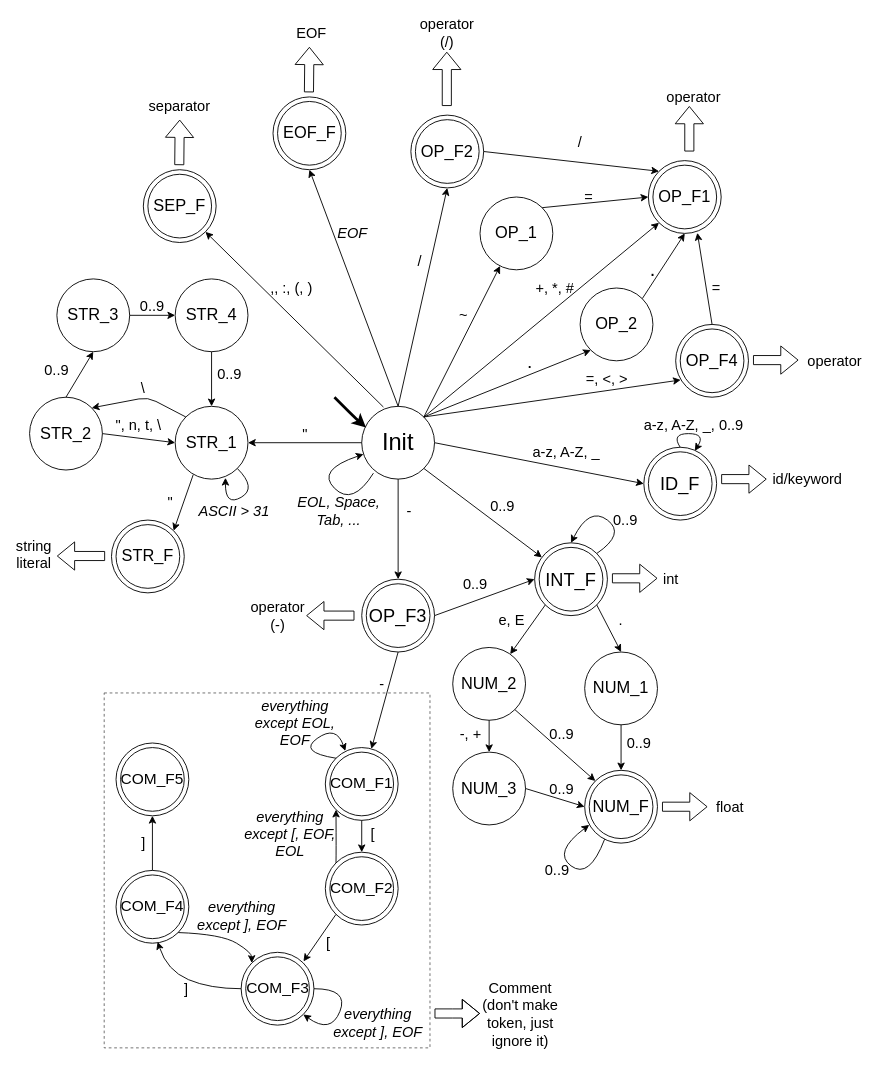
The draw.io diagram fsm.drawio in vojone/IFJ21, before the edit. Source tidied: cells renumbered, new cells numbered last; positions are measured from the earlier drawing's top-left corner, leaving out a move shared by most shapes. Both pictures are drawn from the tidied source at 91%, with x=0, y=0 at pixel (15, 24).
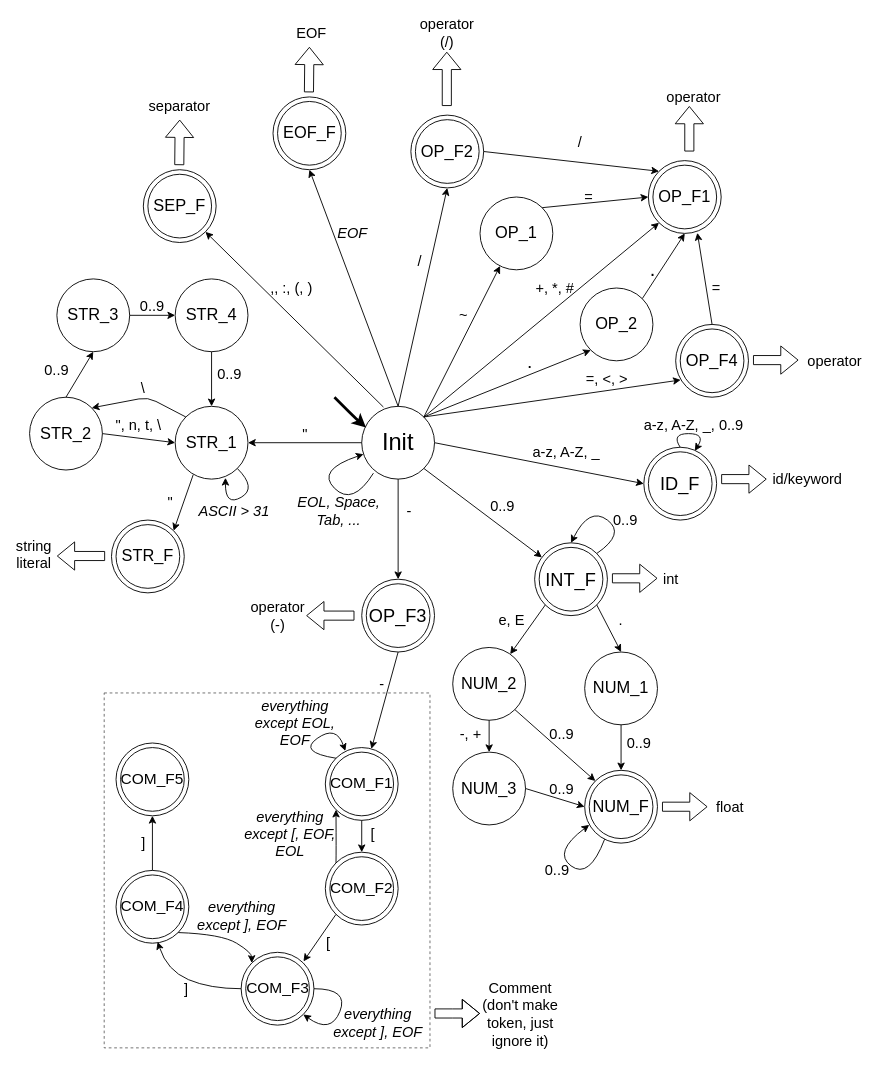
The same page after the edit.

The change refers to these unchanged cells:
```xml
<mxCell id="8" value="INT_F" style="ellipse;whiteSpace=wrap;html=1;fontSize=20;strokeWidth=1;" parent="1" vertex="1">
  <mxGeometry x="570" y="570" width="80" height="80" as="geometry" />
</mxCell>
<mxCell id="53" value="OP_F3" style="ellipse;whiteSpace=wrap;html=1;fontSize=20;strokeWidth=1;fontStyle=0;" parent="1" vertex="1">
  <mxGeometry x="380" y="610" width="80" height="80" as="geometry" />
</mxCell>
```

Diff of the diagram source:
```diff
@@
-    <mxCell id="55" style="endArrow=classic;html=1;fontSize=16;exitX=1;exitY=0.5;exitDx=0;exitDy=0;entryX=0;entryY=0.5;entryDx=0;entryDy=0;" parent="1" edge="1" source="53" target="8">
-      <mxGeometry relative="1" as="geometry" />
-    </mxCell>
@@
-    <mxCell id="57" value="0..9" style="text;html=1;strokeColor=none;fillColor=none;align=center;verticalAlign=middle;whiteSpace=wrap;rounded=0;fontSize=16;" parent="1" vertex="1">
-      <mxGeometry x="485" y="605" width="40" height="20" as="geometry" />
-    </mxCell>
```
